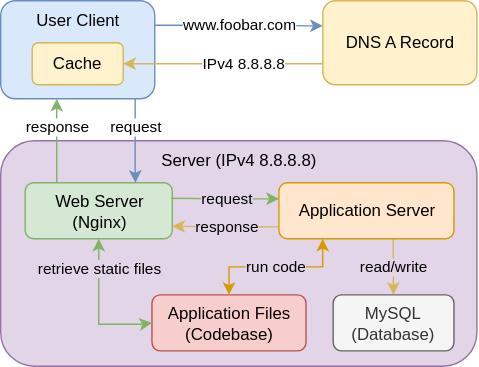
Before: web_infrastructure_design/0-simple_web_stack.drawio_v3.svg, a diagram exported from draw.io (XavierLaforgue/holbertonschool-system_engineering-devops). Source tidied: cells renumbered, new cells last; positions are measured from the earlier drawing's top-left corner, leaving out a move shared by most shapes.
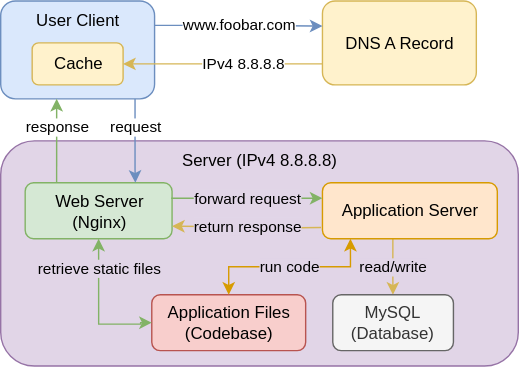
After the change.

Diff of the diagram source:
```diff
@@ -6,7 +6,7 @@
       <mxGeometry x="230" width="110" height="60" as="geometry" />
     </mxCell>
     <mxCell id="3" value="Server (IPv4 8.8.8.8)" style="rounded=1;whiteSpace=wrap;html=1;fillColor=#e1d5e7;strokeColor=#9673a6;verticalAlign=top;" parent="1" vertex="1">
-      <mxGeometry y="100" width="340" height="161" as="geometry" />
+      <mxGeometry y="100" width="370" height="161" as="geometry" />
     </mxCell>
     <mxCell id="4" value="Web Server (Nginx)" style="rounded=1;whiteSpace=wrap;html=1;fillColor=#d5e8d4;strokeColor=#82b366;" parent="1" vertex="1">
       <mxGeometry x="17.5" y="130" width="105" height="40" as="geometry" />
@@ -21,21 +21,22 @@
       </mxGeometry>
     </mxCell>
     <mxCell id="6" value="Application Server" style="rounded=1;whiteSpace=wrap;html=1;fillColor=#ffe6cc;strokeColor=#d79b00;" parent="1" vertex="1">
-      <mxGeometry x="198.6" y="130" width="125" height="40" as="geometry" />
+      <mxGeometry x="230" y="130" width="125" height="40" as="geometry" />
     </mxCell>
-    <mxCell id="7" value="request" style="edgeStyle=orthogonalEdgeStyle;rounded=0;orthogonalLoop=1;jettySize=auto;html=1;endArrow=classic;endFill=1;strokeColor=#82b366;labelBackgroundColor=#E1D5E7;startArrow=none;startFill=0;exitX=0.994;exitY=0.489;exitDx=0;exitDy=0;exitPerimeter=0;" parent="1" edge="1">
+    <mxCell id="7" value="forward request" style="edgeStyle=orthogonalEdgeStyle;rounded=0;orthogonalLoop=1;jettySize=auto;html=1;endArrow=classic;endFill=1;strokeColor=#82b366;labelBackgroundColor=#E1D5E7;startArrow=none;startFill=0;exitX=0.994;exitY=0.489;exitDx=0;exitDy=0;exitPerimeter=0;" parent="1" edge="1">
       <mxGeometry relative="1" as="geometry">
         <mxPoint x="121.9" y="141" as="sourcePoint" />
-        <mxPoint x="198.6" y="141.4" as="targetPoint" />
+        <mxPoint x="230" y="141" as="targetPoint" />
       </mxGeometry>
     </mxCell>
     <mxCell id="8" value="Application Files (Codebase)" style="rounded=1;whiteSpace=wrap;html=1;fillColor=#f8cecc;strokeColor=#b85450;" parent="1" vertex="1">
       <mxGeometry x="108" y="210" width="110" height="40" as="geometry" />
     </mxCell>
-    <mxCell id="9" value="run code" style="edgeStyle=orthogonalEdgeStyle;rounded=0;jettySize=auto;html=1;endArrow=classic;endFill=1;strokeColor=#d79b00;entryX=0.5;entryY=0;entryDx=0;entryDy=0;exitX=0.25;exitY=1;exitDx=0;exitDy=0;startArrow=classic;startFill=1;labelBackgroundColor=#E1D5E7;" parent="1" edge="1" source="6" target="8">
+    <mxCell id="9" value="run code" style="edgeStyle=orthogonalEdgeStyle;rounded=0;jettySize=auto;html=1;endArrow=classic;endFill=1;strokeColor=#d79b00;entryX=0.5;entryY=0;entryDx=0;entryDy=0;startArrow=classic;startFill=1;labelBackgroundColor=#E1D5E7;fillColor=#ffe6cc;" parent="1" edge="1" target="8">
       <mxGeometry x="0.01" relative="1" as="geometry">
+        <mxPoint x="250" y="170" as="sourcePoint" />
         <Array as="points">
-          <mxPoint x="230" y="190" />
+          <mxPoint x="250" y="190" />
           <mxPoint x="163" y="190" />
         </Array>
       </mxGeometry>
@@ -81,10 +82,10 @@
         </Array>
       </mxGeometry>
     </mxCell>
-    <mxCell id="19" value="response" style="edgeStyle=orthogonalEdgeStyle;rounded=0;orthogonalLoop=1;jettySize=auto;html=1;endArrow=none;endFill=0;strokeColor=#d6b656;labelBackgroundColor=#E1D5E7;startArrow=classic;startFill=1;exitX=0.994;exitY=0.489;exitDx=0;exitDy=0;exitPerimeter=0;fillColor=#fff2cc;" parent="1" edge="1">
+    <mxCell id="19" value="return response" style="edgeStyle=orthogonalEdgeStyle;rounded=0;orthogonalLoop=1;jettySize=auto;html=1;endArrow=none;endFill=0;strokeColor=#d6b656;labelBackgroundColor=#E1D5E7;startArrow=classic;startFill=1;exitX=0.994;exitY=0.489;exitDx=0;exitDy=0;exitPerimeter=0;fillColor=#fff2cc;" parent="1" edge="1">
       <mxGeometry relative="1" as="geometry">
         <mxPoint x="122.5" y="161" as="sourcePoint" />
-        <mxPoint x="199.3" y="161.4" as="targetPoint" />
+        <mxPoint x="229" y="162" as="targetPoint" />
       </mxGeometry>
     </mxCell>
   </root>
```
